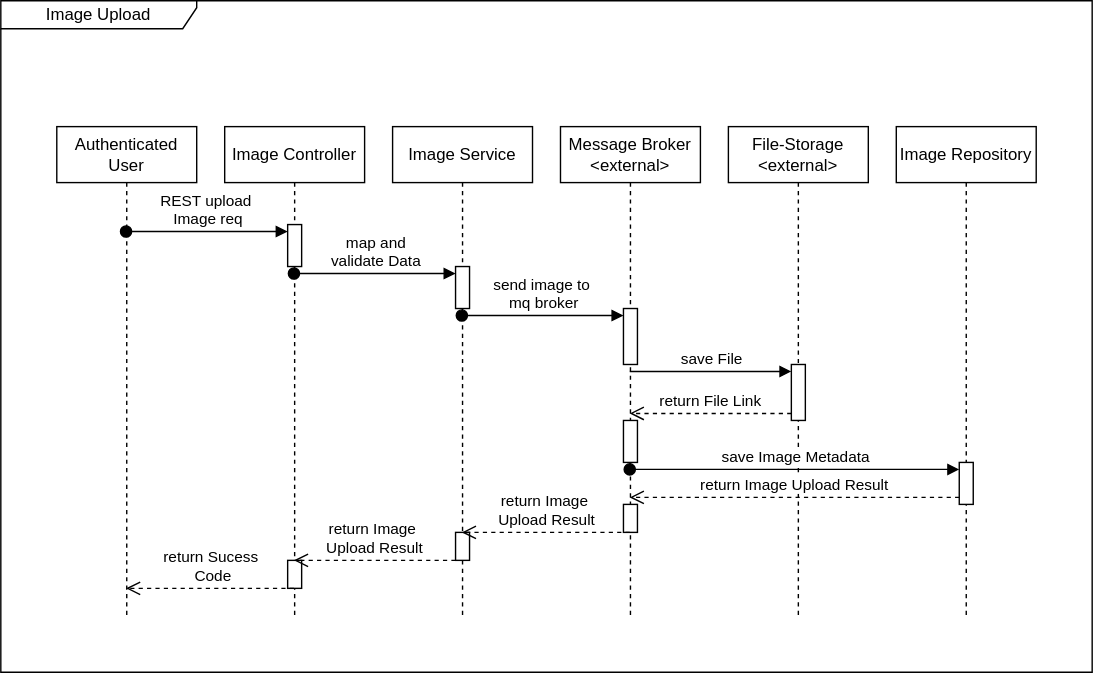
Earlier version of the draw.io export images/SWARC_Runtime_Image_Upload.drawio.svg (Z1rael/swa). Source tidied: cells renumbered, new cells last; positions are measured from the earlier drawing's top-left corner, leaving out a move shared by most shapes.
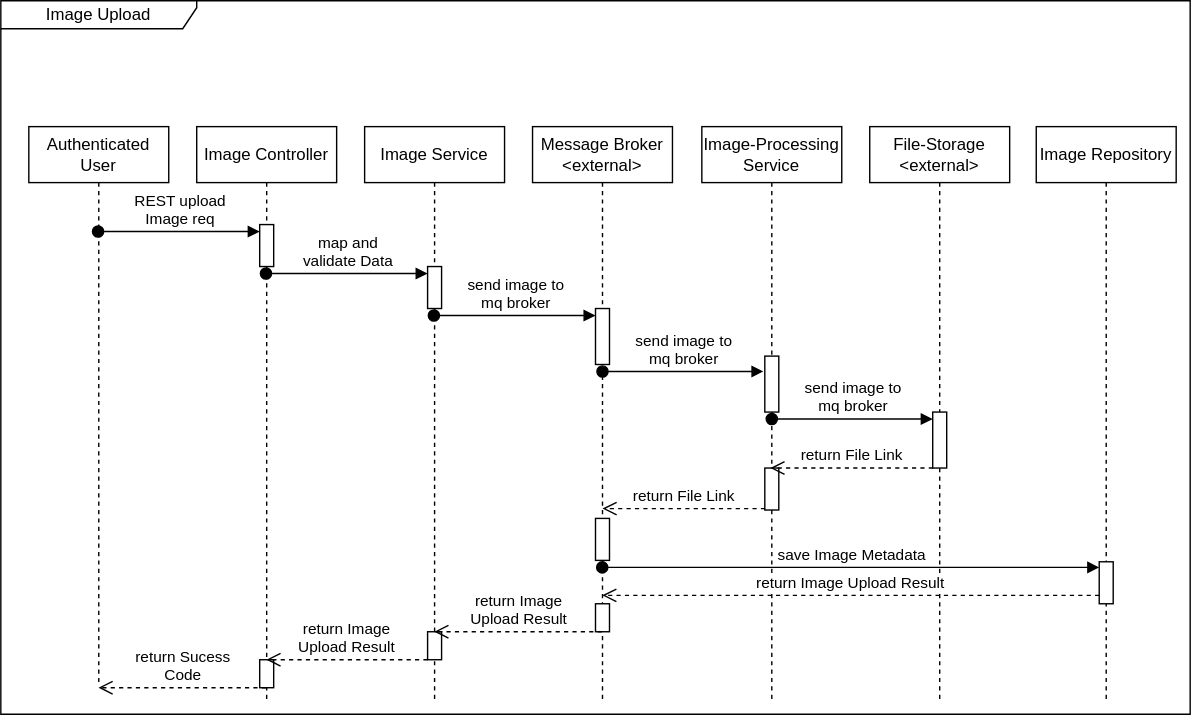
The same diagram one commit later.

Commit message:
feat: runtime view added

The edit, as a diff of the source:
```diff
@@ -3,52 +3,43 @@
     <mxCell id="0" />
     <mxCell id="1" parent="0" />
     <mxCell id="2" value="Image Upload" style="shape=umlFrame;whiteSpace=wrap;html=1;width=140;height=20;" parent="1" vertex="1">
-      <mxGeometry width="780" height="480" as="geometry" />
+      <mxGeometry x="20" width="850" height="510" as="geometry" />
     </mxCell>
     <mxCell id="3" value="Image Controller" style="shape=umlLifeline;perimeter=lifelinePerimeter;whiteSpace=wrap;html=1;outlineConnect=0;portConstraint=eastwest;newEdgeStyle={&quot;curved&quot;:0,&quot;rounded&quot;:0};" parent="1" vertex="1">
-      <mxGeometry x="160" y="90" width="100" height="350" as="geometry" />
+      <mxGeometry x="160" y="90" width="100" height="410" as="geometry" />
     </mxCell>
     <mxCell id="4" style="html=1;points=[[0,0,0,0,5],[0,1,0,0,-5],[1,0,0,0,5],[1,1,0,0,-5]];perimeter=orthogonalPerimeter;outlineConnect=0;targetShapes=umlLifeline;portConstraint=eastwest;newEdgeStyle={&quot;curved&quot;:0,&quot;rounded&quot;:0};" parent="3" vertex="1">
       <mxGeometry x="45" y="70" width="10" height="30" as="geometry" />
     </mxCell>
-    <mxCell id="5" style="html=1;perimeter=orthogonalPerimeter;targetShapes=umlLifeline;newEdgeStyle={&quot;curved&quot;:0,&quot;rounded&quot;:0};" parent="3" vertex="1">
-      <mxGeometry x="45" y="310" width="10" height="20" as="geometry" />
-    </mxCell>
     <mxCell id="6" value="Image Service" style="shape=umlLifeline;perimeter=lifelinePerimeter;whiteSpace=wrap;html=1;outlineConnect=0;portConstraint=eastwest;newEdgeStyle={&quot;curved&quot;:0,&quot;rounded&quot;:0};" parent="1" vertex="1">
-      <mxGeometry x="280" y="90" width="100" height="350" as="geometry" />
+      <mxGeometry x="280" y="90" width="100" height="410" as="geometry" />
     </mxCell>
     <mxCell id="7" style="html=1;points=[[0,0,0,0,5],[0,1,0,0,-5],[1,0,0,0,5],[1,1,0,0,-5]];perimeter=orthogonalPerimeter;outlineConnect=0;targetShapes=umlLifeline;portConstraint=eastwest;newEdgeStyle={&quot;curved&quot;:0,&quot;rounded&quot;:0};" parent="6" vertex="1">
       <mxGeometry x="45" y="100" width="10" height="30" as="geometry" />
     </mxCell>
-    <mxCell id="8" style="html=1;points=[[0,0,0,0,5],[0,1,0,0,-5],[1,0,0,0,5],[1,1,0,0,-5]];perimeter=orthogonalPerimeter;outlineConnect=0;targetShapes=umlLifeline;portConstraint=eastwest;newEdgeStyle={&quot;curved&quot;:0,&quot;rounded&quot;:0};" parent="6" vertex="1">
-      <mxGeometry x="45" y="290" width="10" height="20" as="geometry" />
-    </mxCell>
     <mxCell id="9" value="Message Broker&lt;div&gt;&amp;lt;external&amp;gt;&lt;/div&gt;" style="shape=umlLifeline;perimeter=lifelinePerimeter;whiteSpace=wrap;html=1;outlineConnect=0;portConstraint=eastwest;newEdgeStyle={&quot;curved&quot;:0,&quot;rounded&quot;:0};" parent="1" vertex="1">
-      <mxGeometry x="400" y="90" width="100" height="350" as="geometry" />
+      <mxGeometry x="400" y="90" width="100" height="410" as="geometry" />
     </mxCell>
     <mxCell id="10" style="html=1;points=[[0,0,0,0,5],[0,1,0,0,-5],[1,0,0,0,5],[1,1,0,0,-5]];perimeter=orthogonalPerimeter;outlineConnect=0;targetShapes=umlLifeline;portConstraint=eastwest;newEdgeStyle={&quot;curved&quot;:0,&quot;rounded&quot;:0};" parent="9" vertex="1">
       <mxGeometry x="45" y="130" width="10" height="40" as="geometry" />
     </mxCell>
-    <mxCell id="11" style="html=1;perimeter=orthogonalPerimeter;targetShapes=umlLifeline;newEdgeStyle={&quot;curved&quot;:0,&quot;rounded&quot;:0};" parent="9" vertex="1">
-      <mxGeometry x="45" y="210" width="10" height="30" as="geometry" />
-    </mxCell>
-    <mxCell id="12" style="html=1;perimeter=orthogonalPerimeter;targetShapes=umlLifeline;newEdgeStyle={&quot;curved&quot;:0,&quot;rounded&quot;:0};" parent="9" vertex="1">
-      <mxGeometry x="45" y="270" width="10" height="20" as="geometry" />
-    </mxCell>
+    <mxCell id="28" style="html=1;perimeter=orthogonalPerimeter;targetShapes=umlLifeline;newEdgeStyle={&quot;curved&quot;:0,&quot;rounded&quot;:0};" parent="9" vertex="1">
+      <mxGeometry x="45" y="280" width="10" height="30" as="geometry" />
+    </mxCell>
     <mxCell id="13" value="File-Storage&lt;div&gt;&amp;lt;external&amp;gt;&lt;/div&gt;" style="shape=umlLifeline;perimeter=lifelinePerimeter;whiteSpace=wrap;html=1;newEdgeStyle={&quot;curved&quot;:0,&quot;rounded&quot;:0};" parent="1" vertex="1">
-      <mxGeometry x="520" y="90" width="100" height="350" as="geometry" />
+      <mxGeometry x="641" y="90" width="100" height="410" as="geometry" />
     </mxCell>
-    <mxCell id="14" style="html=1;points=[[0,0,0,0,5],[0,1,0,0,-5],[1,0,0,0,5],[1,1,0,0,-5]];perimeter=orthogonalPerimeter;outlineConnect=0;targetShapes=umlLifeline;portConstraint=eastwest;newEdgeStyle={&quot;curved&quot;:0,&quot;rounded&quot;:0};" parent="13" vertex="1">
-      <mxGeometry x="45" y="170" width="10" height="40" as="geometry" />
-    </mxCell>
+    <mxCell id="29" style="html=1;perimeter=orthogonalPerimeter;targetShapes=umlLifeline;newEdgeStyle={&quot;curved&quot;:0,&quot;rounded&quot;:0};" parent="13" vertex="1">
+      <mxGeometry x="45" y="204" width="10" height="40" as="geometry" />
+    </mxCell>
     <mxCell id="15" value="Image Repository" style="shape=umlLifeline;perimeter=lifelinePerimeter;whiteSpace=wrap;html=1;newEdgeStyle={&quot;curved&quot;:0,&quot;rounded&quot;:0};" parent="1" vertex="1">
-      <mxGeometry x="640" y="90" width="100" height="350" as="geometry" />
+      <mxGeometry x="760" y="90" width="100" height="411" as="geometry" />
     </mxCell>
     <mxCell id="16" style="html=1;points=[[0,0,0,0,5],[0,1,0,0,-5],[1,0,0,0,5],[1,1,0,0,-5]];perimeter=orthogonalPerimeter;outlineConnect=0;targetShapes=umlLifeline;portConstraint=eastwest;newEdgeStyle={&quot;curved&quot;:0,&quot;rounded&quot;:0};" parent="15" vertex="1">
-      <mxGeometry x="45" y="240" width="10" height="30" as="geometry" />
+      <mxGeometry x="45" y="311" width="10" height="30" as="geometry" />
     </mxCell>
     <mxCell id="17" value="Authenticated&lt;br&gt;User" style="shape=umlLifeline;perimeter=lifelinePerimeter;whiteSpace=wrap;html=1;outlineConnect=0;portConstraint=eastwest;newEdgeStyle={&quot;curved&quot;:0,&quot;rounded&quot;:0};" parent="1" vertex="1">
-      <mxGeometry x="40" y="90" width="100" height="350" as="geometry" />
+      <mxGeometry x="40" y="90" width="100" height="400" as="geometry" />
     </mxCell>
     <mxCell id="18" value="REST upload&amp;nbsp;&lt;div&gt;Image req&lt;/div&gt;" style="html=1;verticalAlign=bottom;startArrow=oval;endArrow=block;startSize=8;curved=0;rounded=0;entryX=0;entryY=0;entryDx=0;entryDy=5;" parent="1" edge="1" source="17" target="4">
       <mxGeometry relative="1" as="geometry" />
@@ -59,36 +50,81 @@
     <mxCell id="20" value="send image to&amp;nbsp;&lt;div&gt;mq broker&lt;/div&gt;" style="html=1;verticalAlign=bottom;startArrow=oval;endArrow=block;startSize=8;curved=0;rounded=0;entryX=0;entryY=0;entryDx=0;entryDy=5;" parent="1" edge="1" source="6" target="10">
       <mxGeometry relative="1" as="geometry" />
     </mxCell>
-    <mxCell id="21" value="save File" style="html=1;verticalAlign=bottom;endArrow=block;curved=0;rounded=0;entryX=0;entryY=0;entryDx=0;entryDy=5;" parent="1" edge="1" source="9" target="14">
-      <mxGeometry relative="1" as="geometry" />
-    </mxCell>
+    <mxCell id="30" value="Image-Processing Service" style="shape=umlLifeline;perimeter=lifelinePerimeter;whiteSpace=wrap;html=1;newEdgeStyle={&quot;curved&quot;:0,&quot;rounded&quot;:0};" parent="1" vertex="1">
+      <mxGeometry x="521" y="90" width="100" height="410" as="geometry" />
+    </mxCell>
+    <mxCell id="14" style="html=1;points=[[0,0,0,0,5],[0,1,0,0,-5],[1,0,0,0,5],[1,1,0,0,-5]];perimeter=orthogonalPerimeter;outlineConnect=0;targetShapes=umlLifeline;portConstraint=eastwest;newEdgeStyle={&quot;curved&quot;:0,&quot;rounded&quot;:0};" parent="30" vertex="1">
+      <mxGeometry x="45" y="164" width="10" height="40" as="geometry" />
+    </mxCell>
+    <mxCell id="11" style="html=1;perimeter=orthogonalPerimeter;targetShapes=umlLifeline;newEdgeStyle={&quot;curved&quot;:0,&quot;rounded&quot;:0};" parent="30" vertex="1">
+      <mxGeometry x="45" y="244" width="10" height="30" as="geometry" />
+    </mxCell>
+    <mxCell id="31" value="send image to&amp;nbsp;&lt;div&gt;mq broker&lt;/div&gt;" style="html=1;verticalAlign=bottom;startArrow=oval;endArrow=block;startSize=8;curved=0;rounded=0;entryX=0;entryY=0;entryDx=0;entryDy=5;" parent="1" edge="1">
+      <mxGeometry relative="1" as="geometry">
+        <mxPoint x="450" y="265" as="sourcePoint" />
+        <mxPoint x="565" y="265" as="targetPoint" />
+      </mxGeometry>
+    </mxCell>
+    <mxCell id="32" value="send image to&amp;nbsp;&lt;div&gt;mq broker&lt;/div&gt;" style="html=1;verticalAlign=bottom;startArrow=oval;endArrow=block;startSize=8;curved=0;rounded=0;entryX=0;entryY=0;entryDx=0;entryDy=5;" parent="1" edge="1">
+      <mxGeometry relative="1" as="geometry">
+        <mxPoint x="571" y="299" as="sourcePoint" />
+        <mxPoint x="686" y="299" as="targetPoint" />
+      </mxGeometry>
+    </mxCell>
-    <mxCell id="22" value="return File Link" style="html=1;verticalAlign=bottom;endArrow=open;dashed=1;endSize=8;curved=0;rounded=0;exitX=0;exitY=1;exitDx=0;exitDy=-5;" parent="1" edge="1" source="14" target="9">
-      <mxGeometry relative="1" as="geometry" />
+    <mxCell id="22" value="return File Link" style="html=1;verticalAlign=bottom;endArrow=open;dashed=1;endSize=8;curved=0;rounded=0;exitX=0;exitY=1;exitDx=0;exitDy=-5;" parent="1" edge="1">
+      <mxGeometry relative="1" as="geometry">
+        <mxPoint x="686.2" y="334" as="sourcePoint" />
+        <mxPoint x="570" y="334" as="targetPoint" />
+      </mxGeometry>
     </mxCell>
+    <mxCell id="33" value="return File Link" style="html=1;verticalAlign=bottom;endArrow=open;dashed=1;endSize=8;curved=0;rounded=0;exitX=0;exitY=1;exitDx=0;exitDy=-5;" parent="1" edge="1">
+      <mxGeometry relative="1" as="geometry">
+        <mxPoint x="566.2" y="363" as="sourcePoint" />
+        <mxPoint x="450" y="363" as="targetPoint" />
+      </mxGeometry>
+    </mxCell>
+    <mxCell id="5" style="html=1;perimeter=orthogonalPerimeter;targetShapes=umlLifeline;newEdgeStyle={&quot;curved&quot;:0,&quot;rounded&quot;:0};" parent="1" vertex="1">
+      <mxGeometry x="205" y="471" width="10" height="20" as="geometry" />
+    </mxCell>
+    <mxCell id="8" style="html=1;points=[[0,0,0,0,5],[0,1,0,0,-5],[1,0,0,0,5],[1,1,0,0,-5]];perimeter=orthogonalPerimeter;outlineConnect=0;targetShapes=umlLifeline;portConstraint=eastwest;newEdgeStyle={&quot;curved&quot;:0,&quot;rounded&quot;:0};" parent="1" vertex="1">
+      <mxGeometry x="325" y="451" width="10" height="20" as="geometry" />
+    </mxCell>
+    <mxCell id="12" style="html=1;perimeter=orthogonalPerimeter;targetShapes=umlLifeline;newEdgeStyle={&quot;curved&quot;:0,&quot;rounded&quot;:0};" parent="1" vertex="1">
+      <mxGeometry x="445" y="431" width="10" height="20" as="geometry" />
+    </mxCell>
-    <mxCell id="23" value="save Image Metadata" style="html=1;verticalAlign=bottom;startArrow=oval;endArrow=block;startSize=8;curved=0;rounded=0;entryX=0;entryY=0;entryDx=0;entryDy=5;" parent="1" edge="1" source="9" target="16">
-      <mxGeometry relative="1" as="geometry" />
+    <mxCell id="23" value="save Image Metadata" style="html=1;verticalAlign=bottom;startArrow=oval;endArrow=block;startSize=8;curved=0;rounded=0;" parent="1" edge="1" target="16">
+      <mxGeometry relative="1" as="geometry">
+        <mxPoint x="449.8" y="405" as="sourcePoint" />
+      </mxGeometry>
     </mxCell>
-    <mxCell id="24" value="return Image Upload Result" style="html=1;verticalAlign=bottom;endArrow=open;dashed=1;endSize=8;curved=0;rounded=0;exitX=0;exitY=1;exitDx=0;exitDy=-5;exitPerimeter=0;" parent="1" edge="1" source="16" target="9">
-      <mxGeometry relative="1" as="geometry" />
+    <mxCell id="24" value="return Image Upload Result" style="html=1;verticalAlign=bottom;endArrow=open;dashed=1;endSize=8;curved=0;rounded=0;" parent="1" edge="1" source="16">
+      <mxGeometry relative="1" as="geometry">
+        <mxPoint x="449.8" y="425" as="targetPoint" />
+      </mxGeometry>
     </mxCell>
-    <mxCell id="25" value="return Image&amp;nbsp;&lt;div&gt;Upload Result&lt;/div&gt;" style="html=1;verticalAlign=bottom;endArrow=open;dashed=1;endSize=8;curved=0;rounded=0;" parent="1" edge="1" source="9" target="6">
+    <mxCell id="25" value="return Image&amp;nbsp;&lt;div&gt;Upload Result&lt;/div&gt;" style="html=1;verticalAlign=bottom;endArrow=open;dashed=1;endSize=8;curved=0;rounded=0;" parent="1" edge="1">
       <mxGeometry relative="1" as="geometry">
+        <mxPoint x="449.5" y="451" as="sourcePoint" />
+        <mxPoint x="329.8" y="451" as="targetPoint" />
         <Array as="points">
-          <mxPoint x="360" y="380" />
+          <mxPoint x="360" y="451" />
         </Array>
       </mxGeometry>
     </mxCell>
-    <mxCell id="26" value="return Image&amp;nbsp;&lt;div&gt;Upload Result&lt;/div&gt;" style="html=1;verticalAlign=bottom;endArrow=open;dashed=1;endSize=8;curved=0;rounded=0;" parent="1" edge="1" source="8" target="3">
+    <mxCell id="26" value="return Image&amp;nbsp;&lt;div&gt;Upload Result&lt;/div&gt;" style="html=1;verticalAlign=bottom;endArrow=open;dashed=1;endSize=8;curved=0;rounded=0;" parent="1" edge="1" source="8">
       <mxGeometry relative="1" as="geometry">
+        <mxPoint x="209.8" y="471" as="targetPoint" />
         <Array as="points">
-          <mxPoint x="280" y="400" />
+          <mxPoint x="280" y="471" />
         </Array>
       </mxGeometry>
     </mxCell>
-    <mxCell id="27" value="&lt;div&gt;&lt;br&gt;&lt;/div&gt;return Sucess&lt;div&gt;&amp;nbsp;Code&lt;/div&gt;" style="html=1;verticalAlign=bottom;endArrow=open;dashed=1;endSize=8;curved=0;rounded=0;" parent="1" edge="1" source="3" target="17">
+    <mxCell id="27" value="&lt;div&gt;&lt;br&gt;&lt;/div&gt;return Sucess&lt;div&gt;&amp;nbsp;Code&lt;/div&gt;" style="html=1;verticalAlign=bottom;endArrow=open;dashed=1;endSize=8;curved=0;rounded=0;" parent="1" edge="1">
       <mxGeometry relative="1" as="geometry">
+        <mxPoint x="209.5" y="491" as="sourcePoint" />
+        <mxPoint x="89.8" y="491" as="targetPoint" />
         <Array as="points">
-          <mxPoint x="160" y="420" />
+          <mxPoint x="160" y="491" />
         </Array>
       </mxGeometry>
     </mxCell>
```
